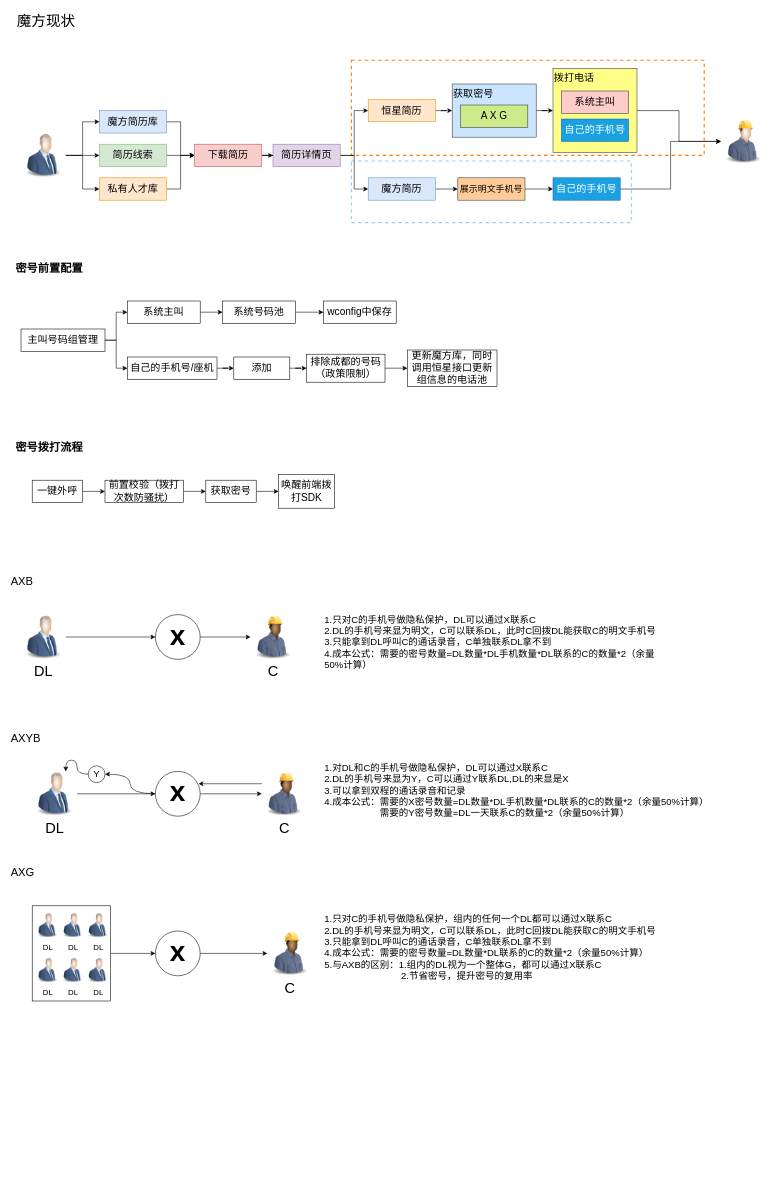
This is 魔方简历密号体系建设.drawio from LuOyEbY/draw-b, a draw.io file, before an edit. Source tidied: cells renumbered, new cells numbered last; positions are measured from the earlier drawing's top-left corner, leaving out a move shared by most shapes. Both pictures are drawn from the tidied source at 56%, with x=0, y=0 at pixel (10, 10).
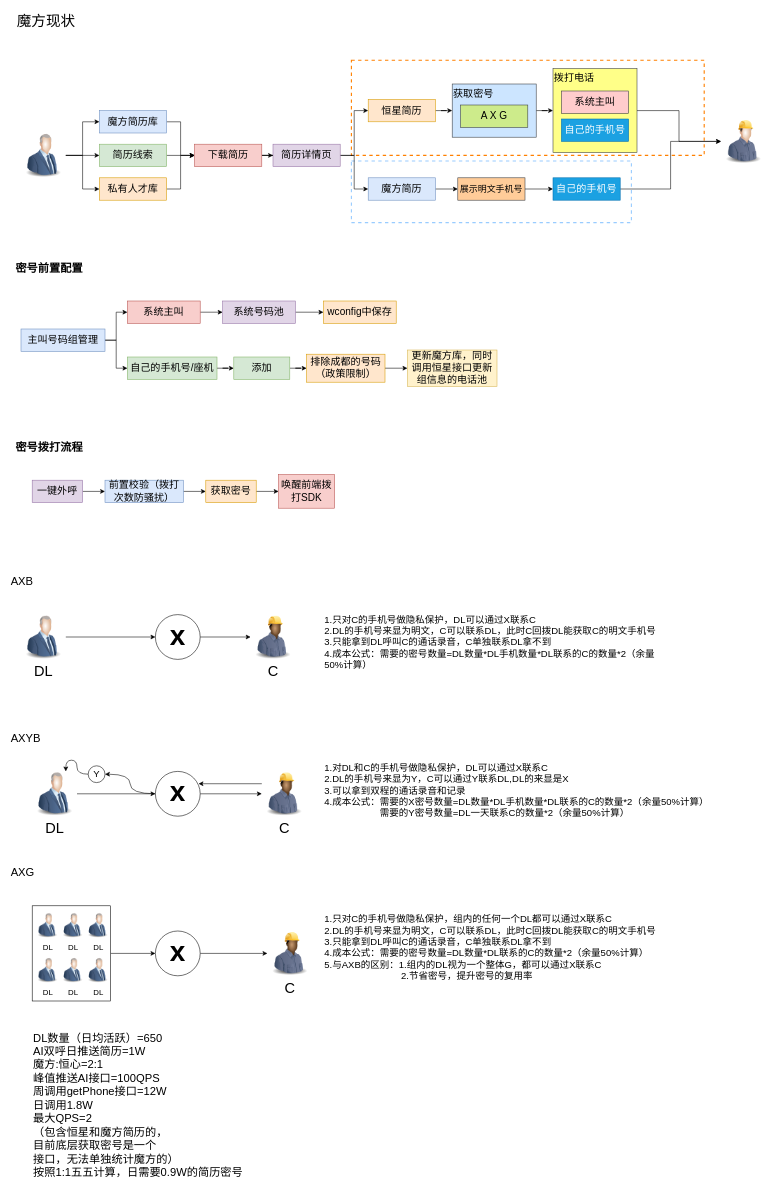
The same page after the edit.

Commit message:
更新魔方简历密号体系建设.drawio

The edit, as a diff of the source:
```diff
@@
-    <mxCell id="8" value="主叫号码组管理" style="rounded=0;whiteSpace=wrap;html=1;fontSize=18;" parent="1" vertex="1">
+    <mxCell id="8" value="主叫号码组管理" style="rounded=0;whiteSpace=wrap;html=1;fontSize=18;fillColor=#dae8fc;strokeColor=#6c8ebf;" parent="1" vertex="1">
       <mxGeometry x="20" y="570" width="150" height="40" as="geometry" />
     </mxCell>
@@
-    <mxCell id="42" value="系统主叫" style="rounded=0;whiteSpace=wrap;html=1;fontSize=18;" parent="1" vertex="1">
+    <mxCell id="42" value="系统主叫" style="rounded=0;whiteSpace=wrap;html=1;fontSize=18;fillColor=#f8cecc;strokeColor=#b85450;" parent="1" vertex="1">
       <mxGeometry x="210" y="520" width="130" height="40" as="geometry" />
     </mxCell>
@@
-    <mxCell id="44" value="自己的手机号/座机" style="rounded=0;whiteSpace=wrap;html=1;fontSize=18;" parent="1" vertex="1">
+    <mxCell id="44" value="自己的手机号/座机" style="rounded=0;whiteSpace=wrap;html=1;fontSize=18;fillColor=#d5e8d4;strokeColor=#82b366;" parent="1" vertex="1">
       <mxGeometry x="210" y="620" width="160" height="40" as="geometry" />
     </mxCell>
@@
-    <mxCell id="46" value="添加" style="rounded=0;whiteSpace=wrap;html=1;fontSize=18;" parent="1" vertex="1">
+    <mxCell id="46" value="添加" style="rounded=0;whiteSpace=wrap;html=1;fontSize=18;fillColor=#d5e8d4;strokeColor=#82b366;" parent="1" vertex="1">
       <mxGeometry x="400" y="620" width="100" height="40" as="geometry" />
     </mxCell>
@@
-    <mxCell id="48" value="排除成都的号码（政策限制）" style="rounded=0;whiteSpace=wrap;html=1;fontSize=18;" parent="1" vertex="1">
+    <mxCell id="48" value="排除成都的号码（政策限制）" style="rounded=0;whiteSpace=wrap;html=1;fontSize=18;fillColor=#ffe6cc;strokeColor=#d79b00;" parent="1" vertex="1">
       <mxGeometry x="530" y="615" width="140" height="50" as="geometry" />
     </mxCell>
-    <mxCell id="49" value="更新魔方库，同时调用恒星接口更新组信息的电话池" style="rounded=0;whiteSpace=wrap;html=1;fontSize=18;" parent="1" vertex="1">
+    <mxCell id="49" value="更新魔方库，同时调用恒星接口更新组信息的电话池" style="rounded=0;whiteSpace=wrap;html=1;fontSize=18;fillColor=#fff2cc;strokeColor=#d6b656;" parent="1" vertex="1">
       <mxGeometry x="710" y="607.5" width="160" height="65" as="geometry" />
     </mxCell>
@@
-    <mxCell id="51" value="系统号码池" style="rounded=0;whiteSpace=wrap;html=1;fontSize=18;" parent="1" vertex="1">
+    <mxCell id="51" value="系统号码池" style="rounded=0;whiteSpace=wrap;html=1;fontSize=18;fillColor=#e1d5e7;strokeColor=#9673a6;" parent="1" vertex="1">
       <mxGeometry x="380" y="520" width="130" height="40" as="geometry" />
     </mxCell>
-    <mxCell id="52" value="wconfig中保存" style="rounded=0;whiteSpace=wrap;html=1;fontSize=18;" parent="1" vertex="1">
+    <mxCell id="52" value="wconfig中保存" style="rounded=0;whiteSpace=wrap;html=1;fontSize=18;fillColor=#ffe6cc;strokeColor=#d79b00;" parent="1" vertex="1">
       <mxGeometry x="560" y="520" width="130" height="40" as="geometry" />
     </mxCell>
@@
-    <mxCell id="56" value="一键外呼" style="rounded=0;whiteSpace=wrap;html=1;fontSize=18;" parent="1" vertex="1">
+    <mxCell id="56" value="一键外呼" style="rounded=0;whiteSpace=wrap;html=1;fontSize=18;fillColor=#e1d5e7;strokeColor=#9673a6;" parent="1" vertex="1">
       <mxGeometry x="40" y="840" width="90" height="40" as="geometry" />
     </mxCell>
@@
-    <mxCell id="58" value="前置校验（拨打次数防骚扰）" style="rounded=0;whiteSpace=wrap;html=1;fontSize=18;" parent="1" vertex="1">
+    <mxCell id="58" value="前置校验（拨打次数防骚扰）" style="rounded=0;whiteSpace=wrap;html=1;fontSize=18;fillColor=#dae8fc;strokeColor=#6c8ebf;" parent="1" vertex="1">
       <mxGeometry x="170" y="840" width="140" height="40" as="geometry" />
     </mxCell>
@@
-    <mxCell id="60" value="获取密号" style="rounded=0;whiteSpace=wrap;html=1;fontSize=18;" parent="1" vertex="1">
+    <mxCell id="60" value="获取密号" style="rounded=0;whiteSpace=wrap;html=1;fontSize=18;fillColor=#ffe6cc;strokeColor=#d79b00;" parent="1" vertex="1">
       <mxGeometry x="350" y="840" width="90" height="40" as="geometry" />
     </mxCell>
-    <mxCell id="61" value="唤醒前端拨打SDK" style="rounded=0;whiteSpace=wrap;html=1;fontSize=18;" parent="1" vertex="1">
+    <mxCell id="61" value="唤醒前端拨打SDK" style="rounded=0;whiteSpace=wrap;html=1;fontSize=18;fillColor=#f8cecc;strokeColor=#b85450;" parent="1" vertex="1">
       <mxGeometry x="480" y="830" width="100" height="60" as="geometry" />
     </mxCell>
@@
+    <mxCell id="91" value="DL数量（日均活跃）=650&lt;div&gt;AI双呼日推送简历=1W&lt;/div&gt;&lt;div&gt;魔方:恒心=2:1&lt;/div&gt;&lt;div&gt;峰值推送AI接口=100QPS&lt;/div&gt;&lt;div&gt;周调用getPhone接口=12W&lt;br&gt;日调用1.8W&lt;/div&gt;&lt;div&gt;最大QPS=2&lt;/div&gt;&lt;div&gt;（包含恒星和魔方简历的，&lt;/div&gt;&lt;div&gt;目前底层获取密号是一个&lt;/div&gt;&lt;div&gt;接口，无法单独统计魔方的）&lt;/div&gt;&lt;div&gt;按照1:1五五计算，日需要0.9W的简历密号&lt;/div&gt;" style="text;html=1;align=left;verticalAlign=middle;strokeColor=none;fillColor=none;fontSize=20;" parent="1" vertex="1">
+      <mxGeometry x="40" y="1815" width="400" height="280" as="geometry" />
+    </mxCell>
```
